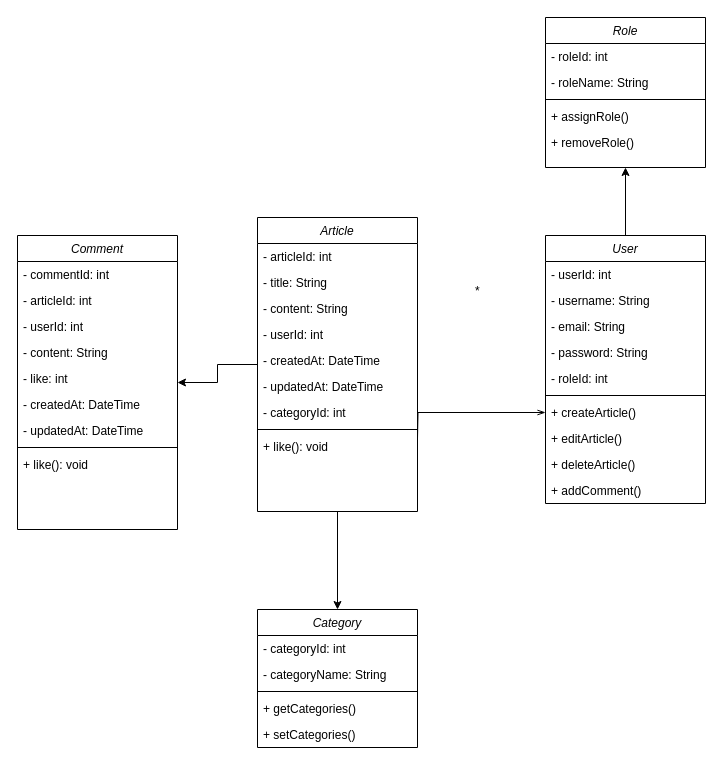
This is UML-Diagramm.drawio from SteffiHe/blog_board_backend, a draw.io file, before an edit. Source tidied: cells renumbered, new cells numbered last; positions are measured from the earlier drawing's top-left corner, leaving out a move shared by most shapes. Both pictures are drawn from the tidied source at 100%, with x=0, y=0 at pixel (17, 17).
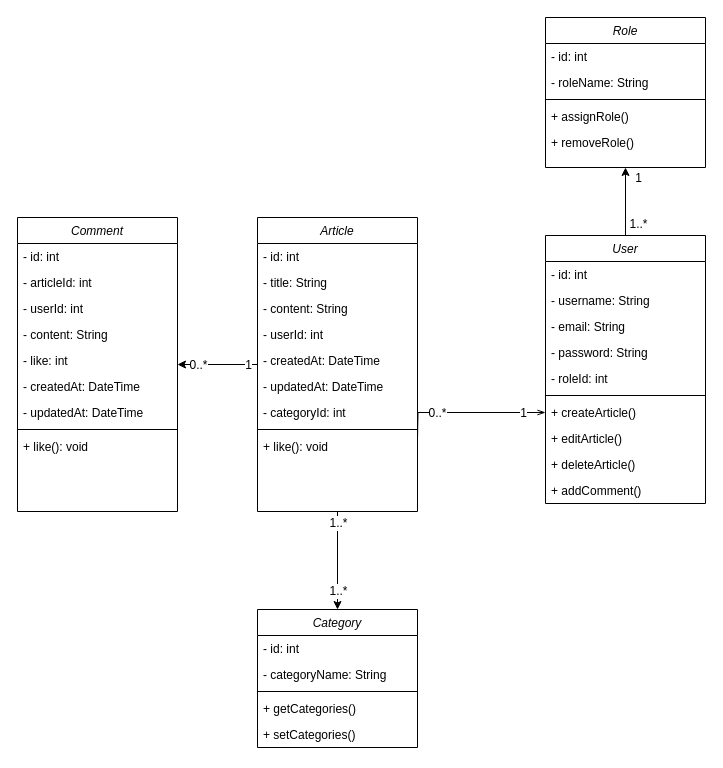
Above is the later version.

Commit message:
UML aktualisiert

The change refers to these unchanged cells:
```xml
<mxCell id="2" style="edgeStyle=orthogonalEdgeStyle;rounded=0;jettySize=auto;html=1;" parent="1" edge="1" source="3" target="44">
  <mxGeometry relative="1" as="geometry" />
</mxCell>
<mxCell id="3" value="User" style="swimlane;fontStyle=2;align=center;verticalAlign=top;horizontal=1;startSize=26;rounded=0;shadow=0;strokeWidth=1;" parent="1" vertex="1">
  <mxGeometry x="528" y="218" width="160" height="268" as="geometry" />
</mxCell>
<mxCell id="14" style="edgeStyle=orthogonalEdgeStyle;rounded=0;jettySize=auto;html=1;" parent="1" edge="1" source="16" target="28">
  <mxGeometry relative="1" as="geometry" />
</mxCell>
<mxCell id="15" style="edgeStyle=orthogonalEdgeStyle;rounded=0;jettySize=auto;html=1;" parent="1" edge="1" source="16" target="38">
  <mxGeometry relative="1" as="geometry" />
</mxCell>
<mxCell id="16" value="Article" style="swimlane;fontStyle=2;align=center;verticalAlign=top;horizontal=1;startSize=26;rounded=0;shadow=0;strokeWidth=1;" parent="1" vertex="1">
  <mxGeometry x="240" y="200" width="160" height="294" as="geometry" />
</mxCell>
<mxCell id="26" style="edgeStyle=orthogonalEdgeStyle;rounded=0;jettySize=auto;html=1;endArrow=openThin;endFill=0;shadow=0;" parent="1" edge="1" target="10">
  <mxGeometry relative="1" as="geometry">
    <mxPoint x="400" y="421" as="sourcePoint" />
  </mxGeometry>
</mxCell>
<mxCell id="38" value="Category" style="swimlane;fontStyle=2;align=center;verticalAlign=top;horizontal=1;startSize=26;rounded=0;shadow=0;strokeWidth=1;" parent="1" vertex="1">
  <mxGeometry x="240" y="592" width="160" height="138" as="geometry" />
</mxCell>
<mxCell id="44" value="Role" style="swimlane;fontStyle=2;align=center;verticalAlign=top;horizontal=1;startSize=26;rounded=0;shadow=0;strokeWidth=1;" parent="1" vertex="1">
  <mxGeometry x="528" width="160" height="150" as="geometry" />
</mxCell>
```

Diff of the diagram source:
```diff
@@
+    <mxCell id="50" value="1..*" style="edgeLabel;html=1;align=center;verticalAlign=middle;fontSize=12;" parent="2" vertex="1">
+      <mxGeometry x="-0.65" relative="1" as="geometry">
+        <mxPoint x="12" as="offset" />
+      </mxGeometry>
+    </mxCell>
+    <mxCell id="51" value="1" style="edgeLabel;html=1;align=center;verticalAlign=middle;fontSize=12;" parent="2" vertex="1">
+      <mxGeometry x="0.5" y="-2" relative="1" as="geometry">
+        <mxPoint x="10" y="-7" as="offset" />
+      </mxGeometry>
+    </mxCell>
@@
-    <mxCell id="4" value="- userId: int" style="text;align=left;verticalAlign=top;spacingLeft=4;spacingRight=4;overflow=hidden;" parent="3" vertex="1">
+    <mxCell id="4" value="- id: int" style="text;align=left;verticalAlign=top;spacingLeft=4;spacingRight=4;overflow=hidden;" parent="3" vertex="1">
       <mxGeometry y="26" width="160" height="26" as="geometry" />
     </mxCell>
@@
+    <mxCell id="52" value="1" style="edgeLabel;html=1;align=center;verticalAlign=middle;fontSize=12;" parent="14" vertex="1">
+      <mxGeometry x="-0.75" relative="1" as="geometry" />
+    </mxCell>
+    <mxCell id="53" value="0..*" style="edgeLabel;html=1;align=center;verticalAlign=middle;fontSize=12;" parent="14" vertex="1">
+      <mxGeometry x="0.57" y="2" relative="1" as="geometry">
+        <mxPoint x="3" y="-2" as="offset" />
+      </mxGeometry>
+    </mxCell>
@@
+    <mxCell id="54" value="1..*" style="edgeLabel;html=1;align=center;verticalAlign=middle;fontSize=12;" parent="15" vertex="1">
+      <mxGeometry x="-0.78" y="2" relative="1" as="geometry">
+        <mxPoint x="-2" as="offset" />
+      </mxGeometry>
+    </mxCell>
+    <mxCell id="55" value="1..*" style="edgeLabel;html=1;align=center;verticalAlign=middle;fontSize=12;" parent="15" vertex="1">
+      <mxGeometry x="0.61" relative="1" as="geometry" />
+    </mxCell>
@@
-    <mxCell id="17" value="- articleId: int" style="text;align=left;verticalAlign=top;spacingLeft=4;spacingRight=4;overflow=hidden;" parent="16" vertex="1">
+    <mxCell id="17" value="- id: int" style="text;align=left;verticalAlign=top;spacingLeft=4;spacingRight=4;overflow=hidden;" parent="16" vertex="1">
       <mxGeometry y="26" width="160" height="26" as="geometry" />
     </mxCell>
@@
-    <mxCell id="27" value="*" style="align=left;verticalAlign=bottom;labelBackgroundColor=none;fontSize=12;" parent="1" vertex="1">
-      <mxGeometry x="470" y="378" as="geometry">
-        <mxPoint x="-14" y="-96" as="offset" />
-      </mxGeometry>
-    </mxCell>
+    <mxCell id="56" value="0..*" style="edgeLabel;html=1;align=center;verticalAlign=middle;fontSize=12;" parent="26" vertex="1">
+      <mxGeometry x="-0.54" relative="1" as="geometry">
+        <mxPoint x="10" as="offset" />
+      </mxGeometry>
+    </mxCell>
+    <mxCell id="57" value="1" style="edgeLabel;html=1;align=center;verticalAlign=middle;fontSize=12;" parent="26" vertex="1">
+      <mxGeometry x="0.71" relative="1" as="geometry" />
+    </mxCell>
     <mxCell id="28" value="Comment" style="swimlane;fontStyle=2;align=center;verticalAlign=top;horizontal=1;startSize=26;rounded=0;shadow=0;strokeWidth=1;" parent="1" vertex="1">
-      <mxGeometry y="218" width="160" height="294" as="geometry" />
+      <mxGeometry y="200" width="160" height="294" as="geometry" />
     </mxCell>
-    <mxCell id="29" value="- commentId: int" style="text;align=left;verticalAlign=top;spacingLeft=4;spacingRight=4;overflow=hidden;" parent="28" vertex="1">
+    <mxCell id="29" value="- id: int" style="text;align=left;verticalAlign=top;spacingLeft=4;spacingRight=4;overflow=hidden;" parent="28" vertex="1">
       <mxGeometry y="26" width="160" height="26" as="geometry" />
     </mxCell>
@@
-    <mxCell id="39" value="- categoryId: int" style="text;align=left;verticalAlign=top;spacingLeft=4;spacingRight=4;overflow=hidden;" parent="38" vertex="1">
+    <mxCell id="39" value="- id: int" style="text;align=left;verticalAlign=top;spacingLeft=4;spacingRight=4;overflow=hidden;" parent="38" vertex="1">
       <mxGeometry y="26" width="160" height="26" as="geometry" />
     </mxCell>
@@
-    <mxCell id="45" value="- roleId: int" style="text;align=left;verticalAlign=top;spacingLeft=4;spacingRight=4;overflow=hidden;" parent="44" vertex="1">
+    <mxCell id="45" value="- id: int" style="text;align=left;verticalAlign=top;spacingLeft=4;spacingRight=4;overflow=hidden;" parent="44" vertex="1">
       <mxGeometry y="26" width="160" height="26" as="geometry" />
     </mxCell>
```
